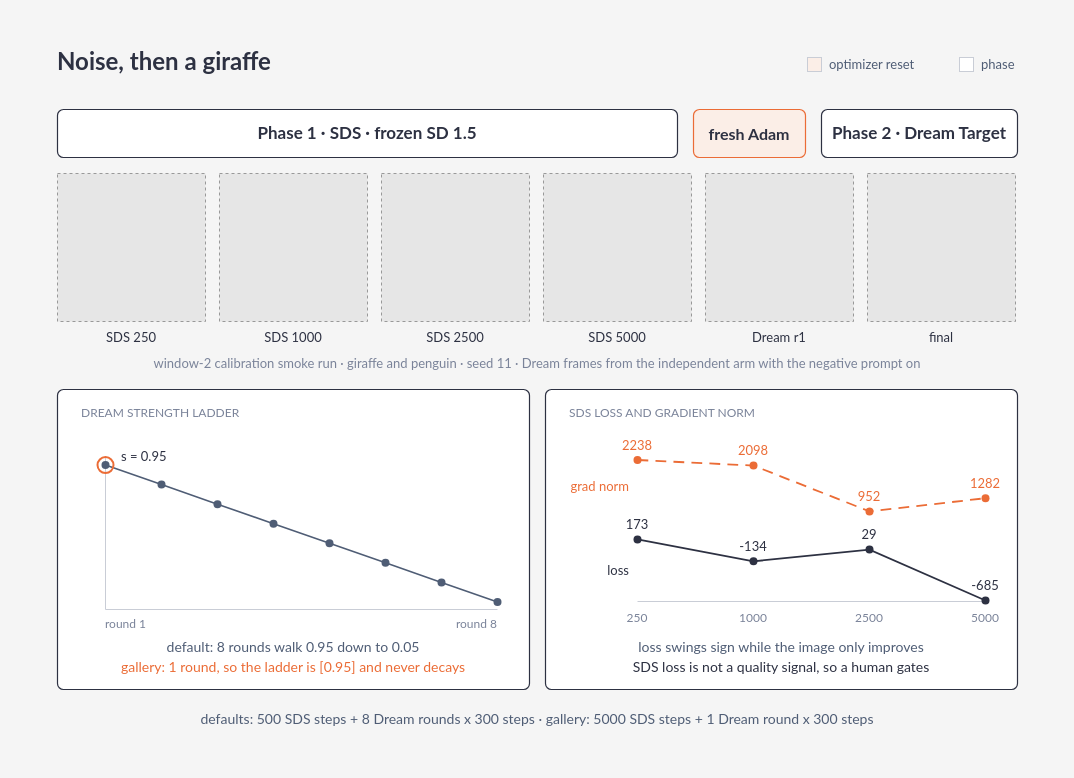
Above: docs/figures/two-phase.drawio in Portocolom-Studio/potocolom (draw.io), before the change. Source tidied: cells renumbered, new cells numbered last; positions are measured from the earlier drawing's top-left corner, leaving out a move shared by most shapes. Both pictures are drawn from the tidied source at 100%, with x=0, y=0 at pixel (17, 17). Pictures stored in the file or linked from it are replaced by grey dashed boxes.
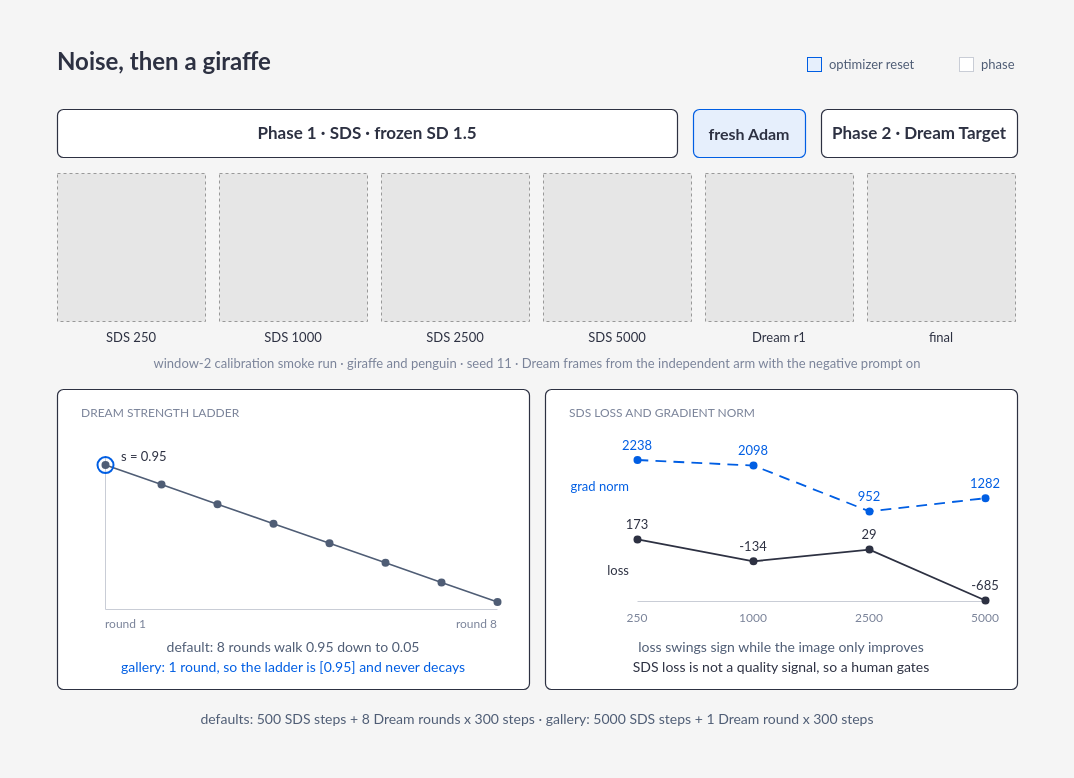
The same diagram, later.

What changed in the source:
```diff
@@
-    <mxCell id="6" style="rounded=0;absoluteArcSize=1;arcSize=12;whiteSpace=wrap;html=1;fillColor=#fbeee7;strokeColor=#c9cdd6;strokeWidth=1;fontFamily=Lato;fontSize=16;fontColor=#2d3142;fontStyle=1;align=center;verticalAlign=middle;spacing=10;" parent="1" vertex="1">
+    <mxCell id="6" style="rounded=0;absoluteArcSize=1;arcSize=12;whiteSpace=wrap;html=1;fillColor=#e6effc;strokeColor=#005ee3;strokeWidth=1;fontFamily=Lato;fontSize=16;fontColor=#2d3142;fontStyle=1;align=center;verticalAlign=middle;spacing=10;" parent="1" vertex="1">
       <mxGeometry x="790" y="40" width="14" height="14" as="geometry" />
     </mxCell>
@@
-    <mxCell id="9" value="fresh Adam" style="rounded=1;absoluteArcSize=1;arcSize=12;whiteSpace=wrap;html=1;fillColor=#fbeee7;strokeColor=#eb6c36;strokeWidth=1.2;fontFamily=Lato;fontSize=16;fontColor=#2d3142;fontStyle=1;align=center;verticalAlign=middle;spacing=10;" parent="1" vertex="1">
+    <mxCell id="9" value="fresh Adam" style="rounded=1;absoluteArcSize=1;arcSize=12;whiteSpace=wrap;html=1;fillColor=#e6effc;strokeColor=#005ee3;strokeWidth=1.2;fontFamily=Lato;fontSize=16;fontColor=#2d3142;fontStyle=1;align=center;verticalAlign=middle;spacing=10;" parent="1" vertex="1">
       <mxGeometry x="676" y="92" width="112" height="48" as="geometry" />
     </mxCell>
@@
-    <mxCell id="37" style="ellipse;absoluteArcSize=1;arcSize=12;whiteSpace=wrap;html=1;fillColor=none;strokeColor=#eb6c36;strokeWidth=2;fontFamily=Lato;fontSize=16;fontColor=#2d3142;fontStyle=1;align=center;verticalAlign=middle;spacing=10;" parent="1" vertex="1">
+    <mxCell id="37" style="ellipse;absoluteArcSize=1;arcSize=12;whiteSpace=wrap;html=1;fillColor=none;strokeColor=#005ee3;strokeWidth=2;fontFamily=Lato;fontSize=16;fontColor=#2d3142;fontStyle=1;align=center;verticalAlign=middle;spacing=10;" parent="1" vertex="1">
       <mxGeometry x="80" y="439.6" width="16" height="16" as="geometry" />
     </mxCell>
@@
-    <mxCell id="42" value="gallery: 1 round, so the ladder is [0.95] and never decays" style="text;html=1;whiteSpace=wrap;fontFamily=Lato;fontSize=14;fontColor=#eb6c36;fontStyle=0;align=center;verticalAlign=middle;spacing=0;" parent="1" vertex="1">
+    <mxCell id="42" value="gallery: 1 round, so the ladder is [0.95] and never decays" style="text;html=1;whiteSpace=wrap;fontFamily=Lato;fontSize=14;fontColor=#005ee3;fontStyle=0;align=center;verticalAlign=middle;spacing=0;" parent="1" vertex="1">
       <mxGeometry x="64" y="640" width="424" height="20" as="geometry" />
     </mxCell>
@@
-    <mxCell id="45" value="grad norm" style="text;html=1;whiteSpace=wrap;fontFamily=Lato;fontSize=13;fontColor=#eb6c36;fontStyle=0;align=right;verticalAlign=middle;spacing=0;" parent="1" vertex="1">
+    <mxCell id="45" value="grad norm" style="text;html=1;whiteSpace=wrap;fontFamily=Lato;fontSize=13;fontColor=#005ee3;fontStyle=0;align=right;verticalAlign=middle;spacing=0;" parent="1" vertex="1">
       <mxGeometry x="540" y="460" width="72" height="18" as="geometry" />
     </mxCell>
@@
-    <mxCell id="52" style="html=1;rounded=0;strokeColor=#eb6c36;strokeWidth=1.8;endArrow=none;dashed=1;dashPattern=6 4;" parent="1" edge="1">
+    <mxCell id="52" style="html=1;rounded=0;strokeColor=#005ee3;strokeWidth=1.8;endArrow=none;dashed=1;dashPattern=6 4;" parent="1" edge="1">
       <mxGeometry relative="1" as="geometry">
         <mxPoint x="620" y="442.5" as="sourcePoint" />
         <mxPoint x="968" y="480.7" as="targetPoint" />
         <Array as="points">
           <mxPoint x="736" y="448.1" />
           <mxPoint x="852" y="493.9" />
         </Array>
       </mxGeometry>
     </mxCell>
@@
-    <mxCell id="54" style="ellipse;html=1;fillColor=#eb6c36;strokeColor=none;" parent="1" vertex="1">
+    <mxCell id="54" style="ellipse;html=1;fillColor=#005ee3;strokeColor=none;" parent="1" vertex="1">
       <mxGeometry x="616" y="438.5" width="8" height="8" as="geometry" />
     </mxCell>
-    <mxCell id="55" value="2238" style="text;html=1;whiteSpace=wrap;fontFamily=Lato;fontSize=13;fontColor=#eb6c36;fontStyle=0;align=center;verticalAlign=middle;spacing=0;" parent="1" vertex="1">
+    <mxCell id="55" value="2238" style="text;html=1;whiteSpace=wrap;fontFamily=Lato;fontSize=13;fontColor=#005ee3;fontStyle=0;align=center;verticalAlign=middle;spacing=0;" parent="1" vertex="1">
       <mxGeometry x="590" y="418.5" width="60" height="18" as="geometry" />
     </mxCell>
-    <mxCell id="56" style="ellipse;html=1;fillColor=#eb6c36;strokeColor=none;" parent="1" vertex="1">
+    <mxCell id="56" style="ellipse;html=1;fillColor=#005ee3;strokeColor=none;" parent="1" vertex="1">
       <mxGeometry x="732" y="444.1" width="8" height="8" as="geometry" />
     </mxCell>
-    <mxCell id="57" value="2098" style="text;html=1;whiteSpace=wrap;fontFamily=Lato;fontSize=13;fontColor=#eb6c36;fontStyle=0;align=center;verticalAlign=middle;spacing=0;" parent="1" vertex="1">
+    <mxCell id="57" value="2098" style="text;html=1;whiteSpace=wrap;fontFamily=Lato;fontSize=13;fontColor=#005ee3;fontStyle=0;align=center;verticalAlign=middle;spacing=0;" parent="1" vertex="1">
       <mxGeometry x="706" y="424.1" width="60" height="18" as="geometry" />
     </mxCell>
-    <mxCell id="58" style="ellipse;html=1;fillColor=#eb6c36;strokeColor=none;" parent="1" vertex="1">
+    <mxCell id="58" style="ellipse;html=1;fillColor=#005ee3;strokeColor=none;" parent="1" vertex="1">
       <mxGeometry x="848" y="489.9" width="8" height="8" as="geometry" />
     </mxCell>
-    <mxCell id="59" value="952" style="text;html=1;whiteSpace=wrap;fontFamily=Lato;fontSize=13;fontColor=#eb6c36;fontStyle=0;align=center;verticalAlign=middle;spacing=0;" parent="1" vertex="1">
+    <mxCell id="59" value="952" style="text;html=1;whiteSpace=wrap;fontFamily=Lato;fontSize=13;fontColor=#005ee3;fontStyle=0;align=center;verticalAlign=middle;spacing=0;" parent="1" vertex="1">
       <mxGeometry x="822" y="469.9" width="60" height="18" as="geometry" />
     </mxCell>
-    <mxCell id="60" style="ellipse;html=1;fillColor=#eb6c36;strokeColor=none;" parent="1" vertex="1">
+    <mxCell id="60" style="ellipse;html=1;fillColor=#005ee3;strokeColor=none;" parent="1" vertex="1">
       <mxGeometry x="964" y="476.7" width="8" height="8" as="geometry" />
     </mxCell>
-    <mxCell id="61" value="1282" style="text;html=1;whiteSpace=wrap;fontFamily=Lato;fontSize=13;fontColor=#eb6c36;fontStyle=0;align=center;verticalAlign=middle;spacing=0;" parent="1" vertex="1">
+    <mxCell id="61" value="1282" style="text;html=1;whiteSpace=wrap;fontFamily=Lato;fontSize=13;fontColor=#005ee3;fontStyle=0;align=center;verticalAlign=middle;spacing=0;" parent="1" vertex="1">
       <mxGeometry x="938" y="456.7" width="60" height="18" as="geometry" />
     </mxCell>
```
